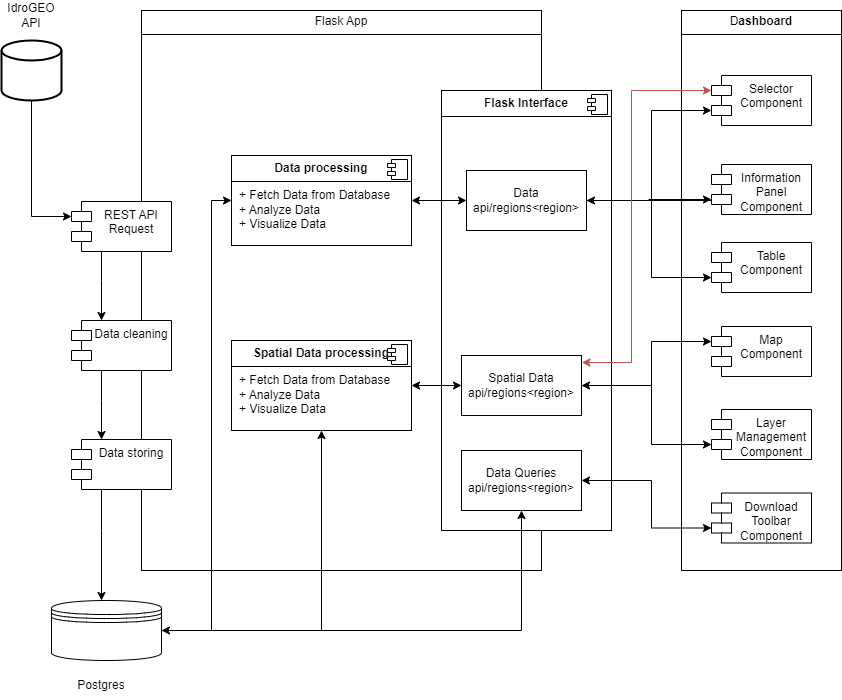
This is DD/Links/Component Diagram.png from tanxiaoo/Hazard_Maps_Project-SE4GEO, a draw.io export, as it was before one commit. Source tidied: cells renumbered, new cells last; positions are measured from the earlier drawing's top-left corner, leaving out a move shared by most shapes. Its diagram source:
```xml
<mxGraphModel>
  <root>
    <mxCell id="0" />
    <mxCell id="1" parent="0" />
    <mxCell id="2" value="&lt;p style=&quot;text-align: center; margin: 4px 0px 0px;&quot;&gt;Flask App&lt;/p&gt;&lt;hr size=&quot;1&quot; style=&quot;border-style:solid;&quot;&gt;&lt;p style=&quot;margin:0px;margin-left:8px;&quot;&gt;&lt;br&gt;&lt;/p&gt;" style="verticalAlign=top;align=left;overflow=fill;html=1;whiteSpace=wrap;" parent="1" vertex="1">
      <mxGeometry x="140" y="10" width="400" height="560" as="geometry" />
    </mxCell>
    <mxCell id="3" value="&lt;p style=&quot;text-align: center; margin: 4px 0px 0px;&quot;&gt;D&lt;b style=&quot;&quot;&gt;ashboard&lt;/b&gt;&lt;/p&gt;&lt;hr size=&quot;1&quot; style=&quot;border-style:solid;&quot;&gt;&lt;p style=&quot;margin:0px;margin-left:8px;&quot;&gt;&lt;br&gt;&lt;/p&gt;" style="verticalAlign=top;align=left;overflow=fill;html=1;whiteSpace=wrap;" parent="1" vertex="1">
      <mxGeometry x="680" y="10" width="160" height="560" as="geometry" />
    </mxCell>
    <mxCell id="4" value="&lt;p style=&quot;margin:0px;margin-top:6px;text-align:center;&quot;&gt;&lt;b&gt;Flask Interface&lt;/b&gt;&lt;/p&gt;&lt;hr size=&quot;1&quot; style=&quot;border-style:solid;&quot;&gt;&lt;p style=&quot;margin:0px;margin-left:8px;&quot;&gt;&lt;br&gt;&lt;/p&gt;" style="align=left;overflow=fill;html=1;whiteSpace=wrap;" parent="1" vertex="1">
      <mxGeometry x="440" y="90" width="170" height="440" as="geometry" />
    </mxCell>
    <mxCell id="5" style="shape=component;jettyWidth=8;jettyHeight=4;" parent="4" vertex="1">
      <mxGeometry x="1" width="20" height="20" relative="1" as="geometry">
        <mxPoint x="-24" y="4" as="offset" />
      </mxGeometry>
    </mxCell>
    <mxCell id="6" value="Selector Component" style="shape=module;align=left;spacingLeft=20;align=center;verticalAlign=top;whiteSpace=wrap;html=1;" parent="1" vertex="1">
      <mxGeometry x="710" y="75" width="100" height="50" as="geometry" />
    </mxCell>
    <mxCell id="7" style="edgeStyle=orthogonalEdgeStyle;rounded=0;jettySize=auto;html=1;" parent="1" edge="1" source="8" target="13">
      <mxGeometry relative="1" as="geometry">
        <Array as="points">
          <mxPoint x="680" y="200" />
          <mxPoint x="680" y="200" />
        </Array>
      </mxGeometry>
    </mxCell>
    <mxCell id="8" value="Information Panel Component" style="shape=module;align=left;spacingLeft=20;align=center;verticalAlign=top;whiteSpace=wrap;html=1;" parent="1" vertex="1">
      <mxGeometry x="710" y="164" width="100" height="50" as="geometry" />
    </mxCell>
    <mxCell id="9" value="Table Component" style="shape=module;align=left;spacingLeft=20;align=center;verticalAlign=top;whiteSpace=wrap;html=1;" parent="1" vertex="1">
      <mxGeometry x="710" y="242" width="100" height="50" as="geometry" />
    </mxCell>
    <mxCell id="10" value="Map Component" style="shape=module;align=left;spacingLeft=20;align=center;verticalAlign=top;whiteSpace=wrap;html=1;" parent="1" vertex="1">
      <mxGeometry x="710" y="326" width="100" height="50" as="geometry" />
    </mxCell>
    <mxCell id="11" value="Layer Management Component" style="shape=module;align=left;spacingLeft=20;align=center;verticalAlign=top;whiteSpace=wrap;html=1;" parent="1" vertex="1">
      <mxGeometry x="710" y="409" width="100" height="50" as="geometry" />
    </mxCell>
    <mxCell id="12" value="Download Toolbar Component" style="shape=module;align=left;spacingLeft=20;align=center;verticalAlign=top;whiteSpace=wrap;html=1;" parent="1" vertex="1">
      <mxGeometry x="710" y="492.5" width="100" height="50" as="geometry" />
    </mxCell>
    <mxCell id="13" value="&lt;div&gt;Data&lt;/div&gt;&lt;div&gt;api/regions&amp;lt;region&amp;gt;&lt;/div&gt;" style="rounded=0;whiteSpace=wrap;html=1;" parent="1" vertex="1">
      <mxGeometry x="465" y="170" width="120" height="60" as="geometry" />
    </mxCell>
    <mxCell id="14" value="&lt;div&gt;Spatial Data&lt;/div&gt;&lt;div&gt;api/regions&amp;lt;region&amp;gt;&lt;/div&gt;" style="rounded=0;whiteSpace=wrap;html=1;" parent="1" vertex="1">
      <mxGeometry x="460" y="355" width="120" height="60" as="geometry" />
    </mxCell>
    <mxCell id="15" value="&lt;div&gt;Data Queries&lt;/div&gt;&lt;div&gt;api/regions&amp;lt;region&amp;gt;&lt;/div&gt;" style="rounded=0;whiteSpace=wrap;html=1;" parent="1" vertex="1">
      <mxGeometry x="460" y="450" width="120" height="60" as="geometry" />
    </mxCell>
    <mxCell id="16" style="strokeWidth=2;html=1;shape=mxgraph.flowchart.database;whiteSpace=wrap;" parent="1" vertex="1">
      <mxGeometry y="40" width="60" height="60" as="geometry" />
    </mxCell>
    <mxCell id="17" value="IdroGEO API" style="text;html=1;align=center;verticalAlign=middle;whiteSpace=wrap;rounded=0;" parent="1" vertex="1">
      <mxGeometry width="60" height="30" as="geometry" />
    </mxCell>
    <mxCell id="18" style="edgeStyle=orthogonalEdgeStyle;rounded=0;jettySize=auto;html=1;entryX=0;entryY=0.5;entryDx=0;entryDy=0;endArrow=classic;endFill=1;startArrow=classic;startFill=1;" parent="1" edge="1" source="19" target="13">
      <mxGeometry relative="1" as="geometry" />
    </mxCell>
    <mxCell id="19" value="&lt;p style=&quot;margin:0px;margin-top:6px;text-align:center;&quot;&gt;&lt;b&gt;Data processing&lt;/b&gt;&lt;/p&gt;&lt;hr size=&quot;1&quot; style=&quot;border-style:solid;&quot;&gt;&lt;p style=&quot;margin:0px;margin-left:8px;&quot;&gt;+ Fetch Data from Database&lt;br&gt;+ Analyze Data&lt;/p&gt;&lt;p style=&quot;margin:0px;margin-left:8px;&quot;&gt;+ Visualize Data&lt;br&gt;&lt;/p&gt;" style="align=left;overflow=fill;html=1;whiteSpace=wrap;" parent="1" vertex="1">
      <mxGeometry x="230" y="155" width="180" height="90" as="geometry" />
    </mxCell>
    <mxCell id="20" style="shape=component;jettyWidth=8;jettyHeight=4;" parent="19" vertex="1">
      <mxGeometry x="1" width="20" height="20" relative="1" as="geometry">
        <mxPoint x="-24" y="4" as="offset" />
      </mxGeometry>
    </mxCell>
    <mxCell id="21" style="edgeStyle=orthogonalEdgeStyle;rounded=0;jettySize=auto;html=1;" parent="1" edge="1" source="22" target="24">
      <mxGeometry relative="1" as="geometry">
        <Array as="points">
          <mxPoint x="100" y="280" />
          <mxPoint x="100" y="280" />
        </Array>
      </mxGeometry>
    </mxCell>
    <mxCell id="22" value="&lt;div&gt;REST API&lt;br&gt;&lt;/div&gt;&lt;div&gt;Request&lt;/div&gt;" style="shape=module;align=left;spacingLeft=20;align=center;verticalAlign=top;whiteSpace=wrap;html=1;" parent="1" vertex="1">
      <mxGeometry x="70" y="201" width="100" height="50" as="geometry" />
    </mxCell>
    <mxCell id="23" style="edgeStyle=orthogonalEdgeStyle;rounded=0;jettySize=auto;html=1;" parent="1" edge="1" source="24" target="26">
      <mxGeometry relative="1" as="geometry">
        <Array as="points">
          <mxPoint x="100" y="400" />
          <mxPoint x="100" y="400" />
        </Array>
      </mxGeometry>
    </mxCell>
    <mxCell id="24" value="Data cleaning" style="shape=module;align=left;spacingLeft=20;align=center;verticalAlign=top;whiteSpace=wrap;html=1;" parent="1" vertex="1">
      <mxGeometry x="70" y="320" width="100" height="50" as="geometry" />
    </mxCell>
    <mxCell id="25" style="edgeStyle=orthogonalEdgeStyle;rounded=0;jettySize=auto;html=1;" parent="1" edge="1" source="26" target="30">
      <mxGeometry relative="1" as="geometry">
        <Array as="points">
          <mxPoint x="100" y="530" />
          <mxPoint x="100" y="530" />
        </Array>
      </mxGeometry>
    </mxCell>
    <mxCell id="26" value="Data storing" style="shape=module;align=left;spacingLeft=20;align=center;verticalAlign=top;whiteSpace=wrap;html=1;" parent="1" vertex="1">
      <mxGeometry x="70" y="439" width="100" height="50" as="geometry" />
    </mxCell>
    <mxCell id="27" style="edgeStyle=orthogonalEdgeStyle;rounded=0;jettySize=auto;html=1;" parent="1" edge="1" source="30" target="33">
      <mxGeometry relative="1" as="geometry" />
    </mxCell>
    <mxCell id="28" style="edgeStyle=orthogonalEdgeStyle;rounded=0;jettySize=auto;html=1;entryX=0;entryY=0.5;entryDx=0;entryDy=0;" parent="1" edge="1" source="30" target="19">
      <mxGeometry relative="1" as="geometry">
        <Array as="points">
          <mxPoint x="210" y="630" />
          <mxPoint x="210" y="200" />
        </Array>
      </mxGeometry>
    </mxCell>
    <mxCell id="29" style="edgeStyle=orthogonalEdgeStyle;rounded=0;jettySize=auto;html=1;entryX=0.5;entryY=1;entryDx=0;entryDy=0;startArrow=classic;startFill=1;" parent="1" edge="1" source="30" target="15">
      <mxGeometry relative="1" as="geometry" />
    </mxCell>
    <mxCell id="30" style="shape=datastore;whiteSpace=wrap;html=1;" parent="1" vertex="1">
      <mxGeometry x="50" y="600" width="110" height="60" as="geometry" />
    </mxCell>
    <mxCell id="31" value="Postgres" style="text;html=1;align=center;verticalAlign=middle;whiteSpace=wrap;rounded=0;" parent="1" vertex="1">
      <mxGeometry x="70" y="670" width="60" height="30" as="geometry" />
    </mxCell>
    <mxCell id="32" style="edgeStyle=orthogonalEdgeStyle;rounded=0;jettySize=auto;html=1;entryX=0;entryY=0.5;entryDx=0;entryDy=0;startArrow=classic;startFill=1;" parent="1" edge="1" source="33" target="14">
      <mxGeometry relative="1" as="geometry" />
    </mxCell>
    <mxCell id="33" value="&lt;p style=&quot;text-align: center; margin: 6px 0px 0px;&quot;&gt;&lt;span style=&quot;background-color: initial; text-align: left;&quot;&gt;&lt;b&gt;Spatial&amp;nbsp;&lt;/b&gt;&lt;/span&gt;&lt;b&gt;Data processing&lt;/b&gt;&lt;/p&gt;&lt;hr size=&quot;1&quot; style=&quot;border-style:solid;&quot;&gt;&lt;p style=&quot;margin:0px;margin-left:8px;&quot;&gt;+ Fetch Data from Database&lt;br&gt;+ Analyze Data&lt;/p&gt;&lt;p style=&quot;margin:0px;margin-left:8px;&quot;&gt;+ Visualize Data&lt;br&gt;&lt;/p&gt;" style="align=left;overflow=fill;html=1;whiteSpace=wrap;" parent="1" vertex="1">
      <mxGeometry x="230" y="340" width="180" height="90" as="geometry" />
    </mxCell>
    <mxCell id="34" style="shape=component;jettyWidth=8;jettyHeight=4;" parent="33" vertex="1">
      <mxGeometry x="1" width="20" height="20" relative="1" as="geometry">
        <mxPoint x="-24" y="4" as="offset" />
      </mxGeometry>
    </mxCell>
    <mxCell id="35" style="edgeStyle=orthogonalEdgeStyle;rounded=0;jettySize=auto;html=1;entryX=0;entryY=0;entryDx=0;entryDy=15;entryPerimeter=0;" parent="1" edge="1" source="16" target="22">
      <mxGeometry relative="1" as="geometry">
        <Array as="points">
          <mxPoint x="30" y="216" />
        </Array>
      </mxGeometry>
    </mxCell>
    <mxCell id="36" style="edgeStyle=orthogonalEdgeStyle;rounded=0;jettySize=auto;html=1;entryX=0;entryY=0;entryDx=0;entryDy=35;entryPerimeter=0;" parent="1" edge="1" source="13" target="6">
      <mxGeometry relative="1" as="geometry">
        <Array as="points">
          <mxPoint x="650" y="200" />
          <mxPoint x="650" y="110" />
        </Array>
      </mxGeometry>
    </mxCell>
    <mxCell id="37" style="edgeStyle=orthogonalEdgeStyle;rounded=0;jettySize=auto;html=1;entryX=0;entryY=0;entryDx=0;entryDy=35;entryPerimeter=0;" parent="1" edge="1" source="13" target="9">
      <mxGeometry relative="1" as="geometry">
        <Array as="points">
          <mxPoint x="650" y="200" />
          <mxPoint x="650" y="277" />
        </Array>
      </mxGeometry>
    </mxCell>
    <mxCell id="38" style="edgeStyle=orthogonalEdgeStyle;rounded=0;jettySize=auto;html=1;entryX=0;entryY=0;entryDx=0;entryDy=15;entryPerimeter=0;" parent="1" edge="1" source="14" target="10">
      <mxGeometry relative="1" as="geometry">
        <Array as="points">
          <mxPoint x="650" y="385" />
          <mxPoint x="650" y="341" />
        </Array>
      </mxGeometry>
    </mxCell>
    <mxCell id="39" style="edgeStyle=orthogonalEdgeStyle;rounded=0;jettySize=auto;html=1;exitX=0;exitY=0;exitDx=0;exitDy=35;exitPerimeter=0;startArrow=classic;startFill=1;" parent="1" edge="1" source="11" target="14">
      <mxGeometry relative="1" as="geometry">
        <Array as="points">
          <mxPoint x="650" y="444" />
          <mxPoint x="650" y="385" />
        </Array>
      </mxGeometry>
    </mxCell>
    <mxCell id="40" style="edgeStyle=orthogonalEdgeStyle;rounded=0;jettySize=auto;html=1;entryX=0;entryY=0;entryDx=0;entryDy=35;entryPerimeter=0;" parent="1" edge="1" source="13" target="8">
      <mxGeometry relative="1" as="geometry" />
    </mxCell>
    <mxCell id="41" style="edgeStyle=orthogonalEdgeStyle;rounded=0;jettySize=auto;html=1;entryX=0;entryY=0;entryDx=0;entryDy=35;entryPerimeter=0;startArrow=classic;startFill=1;" parent="1" edge="1" source="15" target="12">
      <mxGeometry relative="1" as="geometry">
        <Array as="points">
          <mxPoint x="650" y="480" />
          <mxPoint x="650" y="527" />
        </Array>
      </mxGeometry>
    </mxCell>
    <mxCell id="42" style="edgeStyle=orthogonalEdgeStyle;rounded=0;jettySize=auto;html=1;entryX=1.003;entryY=0.117;entryDx=0;entryDy=0;entryPerimeter=0;startArrow=classic;startFill=1;fillColor=#f8cecc;strokeColor=#b85450;" parent="1" edge="1" source="6" target="14">
      <mxGeometry relative="1" as="geometry">
        <Array as="points">
          <mxPoint x="630" y="90" />
          <mxPoint x="630" y="362" />
        </Array>
      </mxGeometry>
    </mxCell>
  </root>
</mxGraphModel>
```
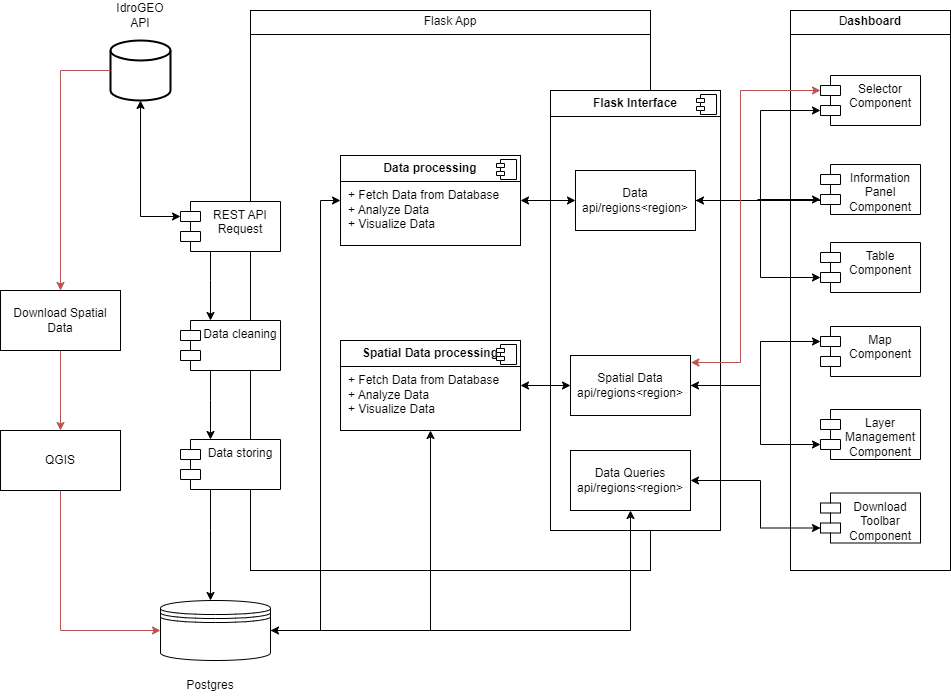
After the commit.

Commit message:
update Component Diagram

Change to the diagram source:
```diff
@@ -132,7 +132,7 @@
         <mxPoint x="-24" y="4" as="offset" />
       </mxGeometry>
     </mxCell>
-    <mxCell id="35" style="edgeStyle=orthogonalEdgeStyle;rounded=0;jettySize=auto;html=1;entryX=0;entryY=0;entryDx=0;entryDy=15;entryPerimeter=0;" parent="1" edge="1" source="16" target="22">
+    <mxCell id="35" style="edgeStyle=orthogonalEdgeStyle;rounded=0;jettySize=auto;html=1;entryX=0;entryY=0;entryDx=0;entryDy=15;entryPerimeter=0;startArrow=classic;startFill=1;" parent="1" edge="1" source="16" target="22">
       <mxGeometry relative="1" as="geometry">
         <Array as="points">
           <mxPoint x="30" y="216" />
@@ -190,5 +190,24 @@
         </Array>
       </mxGeometry>
     </mxCell>
+    <mxCell id="43" style="edgeStyle=orthogonalEdgeStyle;rounded=0;jettySize=auto;html=1;entryX=0.5;entryY=0;entryDx=0;entryDy=0;fillColor=#f8cecc;strokeColor=#b85450;" parent="1" edge="1" source="44" target="46">
+      <mxGeometry relative="1" as="geometry" />
+    </mxCell>
+    <mxCell id="44" value="&lt;div&gt;Download Spatial Data&lt;/div&gt;" style="rounded=0;whiteSpace=wrap;html=1;" parent="1" vertex="1">
+      <mxGeometry x="-110" y="290" width="120" height="60" as="geometry" />
+    </mxCell>
+    <mxCell id="45" style="edgeStyle=orthogonalEdgeStyle;rounded=0;jettySize=auto;html=1;entryX=0;entryY=0.5;entryDx=0;entryDy=0;fillColor=#f8cecc;strokeColor=#b85450;" parent="1" edge="1" source="46" target="30">
+      <mxGeometry relative="1" as="geometry">
+        <Array as="points">
+          <mxPoint x="-50" y="630" />
+        </Array>
+      </mxGeometry>
+    </mxCell>
+    <mxCell id="46" value="QGIS" style="rounded=0;whiteSpace=wrap;html=1;" parent="1" vertex="1">
+      <mxGeometry x="-110" y="430" width="120" height="60" as="geometry" />
+    </mxCell>
+    <mxCell id="47" style="edgeStyle=orthogonalEdgeStyle;rounded=0;jettySize=auto;html=1;entryX=0;entryY=0.5;entryDx=0;entryDy=0;entryPerimeter=0;startArrow=classic;startFill=1;endArrow=none;endFill=0;fillColor=#f8cecc;strokeColor=#b85450;" parent="1" edge="1" source="44" target="16">
+      <mxGeometry relative="1" as="geometry" />
+    </mxCell>
   </root>
 </mxGraphModel>
```
